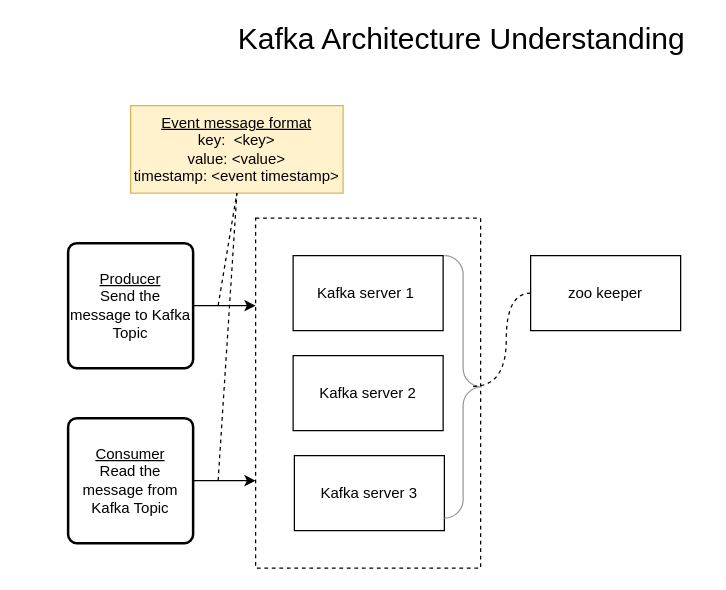
AMVijay/kafka-learning keeps this draw.io diagram as kafka-architecture.drawio. Above is the earlier version. Source tidied: cells renumbered, new cells numbered last; positions are measured from the earlier drawing's top-left corner, leaving out a move shared by most shapes. Both pictures are drawn from the tidied source at 125%, with x=0, y=0 at pixel (68, 26).
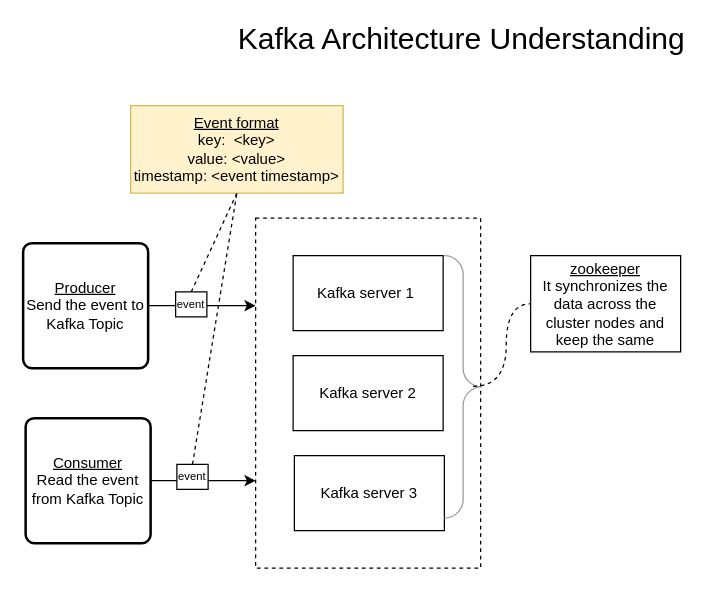
The same page after the edit.

The edit, as a diff of the source:
```diff
@@
 <mxGraphModel>
   <root>
     <mxCell id="0" />
     <mxCell id="1" parent="0" />
     <mxCell id="2" style="rounded=0;whiteSpace=wrap;html=1;fillColor=none;dashed=1;" parent="1" vertex="1">
       <mxGeometry x="150" y="153" width="180" height="280" as="geometry" />
     </mxCell>
     <mxCell id="3" value="Kafka server 1&amp;nbsp;" style="rounded=0;whiteSpace=wrap;html=1;" parent="1" vertex="1">
       <mxGeometry x="180" y="183" width="120" height="60" as="geometry" />
     </mxCell>
     <mxCell id="4" value="Kafka server 2" style="rounded=0;whiteSpace=wrap;html=1;" parent="1" vertex="1">
       <mxGeometry x="180" y="263" width="120" height="60" as="geometry" />
     </mxCell>
     <mxCell id="5" value="Kafka server 3" style="rounded=0;whiteSpace=wrap;html=1;" parent="1" vertex="1">
       <mxGeometry x="181" y="343" width="120" height="60" as="geometry" />
     </mxCell>
     <mxCell id="6" style="edgeStyle=orthogonalEdgeStyle;rounded=0;jettySize=auto;html=1;exitX=1;exitY=0.5;exitDx=0;exitDy=0;entryX=0;entryY=0.25;entryDx=0;entryDy=0;" parent="1" edge="1" source="7" target="2">
       <mxGeometry relative="1" as="geometry" />
     </mxCell>
-    <mxCell id="7" value="&lt;u&gt;Producer&lt;/u&gt;&lt;br&gt;Send the message to Kafka Topic" style="rounded=1;whiteSpace=wrap;html=1;absoluteArcSize=1;arcSize=14;strokeWidth=2;" parent="1" vertex="1">
-      <mxGeometry y="173" width="100" height="100" as="geometry" />
+    <mxCell id="7" value="&lt;u&gt;Producer&lt;/u&gt;&lt;br&gt;Send the event to Kafka Topic" style="rounded=1;whiteSpace=wrap;html=1;absoluteArcSize=1;arcSize=14;strokeWidth=2;" parent="1" vertex="1">
+      <mxGeometry x="-36" y="173" width="100" height="100" as="geometry" />
     </mxCell>
     <mxCell id="8" style="edgeStyle=orthogonalEdgeStyle;rounded=0;jettySize=auto;html=1;exitX=1;exitY=0.5;exitDx=0;exitDy=0;entryX=0;entryY=0.75;entryDx=0;entryDy=0;" parent="1" edge="1" source="9" target="2">
       <mxGeometry relative="1" as="geometry" />
     </mxCell>
-    <mxCell id="9" value="&lt;u&gt;Consumer&lt;/u&gt;&lt;br&gt;Read the message from Kafka Topic" style="rounded=1;whiteSpace=wrap;html=1;absoluteArcSize=1;arcSize=14;strokeWidth=2;" parent="1" vertex="1">
-      <mxGeometry y="313" width="100" height="100" as="geometry" />
+    <mxCell id="9" value="&lt;u&gt;Consumer&lt;/u&gt;&lt;br&gt;Read the event from Kafka Topic" style="rounded=1;whiteSpace=wrap;html=1;absoluteArcSize=1;arcSize=14;strokeWidth=2;" parent="1" vertex="1">
+      <mxGeometry x="-34" y="313" width="100" height="100" as="geometry" />
     </mxCell>
     <mxCell id="10" style="labelPosition=right;align=left;strokeWidth=1;shape=mxgraph.mockup.markup.curlyBrace;html=1;shadow=0;dashed=0;strokeColor=#999999;direction=north;rotation=-180;" parent="1" vertex="1">
       <mxGeometry x="301" y="183" width="30" height="210" as="geometry" />
     </mxCell>
-    <mxCell id="11" value="zoo keeper" style="rounded=0;whiteSpace=wrap;html=1;" parent="1" vertex="1">
-      <mxGeometry x="370" y="183" width="120" height="60" as="geometry" />
+    <mxCell id="11" value="&lt;u&gt;zookeeper&lt;/u&gt;&lt;br&gt;It synchronizes the data across the cluster nodes and keep the same" style="rounded=0;whiteSpace=wrap;html=1;" parent="1" vertex="1">
+      <mxGeometry x="370" y="183" width="120" height="77" as="geometry" />
     </mxCell>
     <mxCell id="12" style="endArrow=none;dashed=1;html=1;rounded=0;entryX=0;entryY=0.5;entryDx=0;entryDy=0;exitX=0.498;exitY=0.233;exitDx=0;exitDy=0;exitPerimeter=0;edgeStyle=orthogonalEdgeStyle;curved=1;" parent="1" edge="1" source="10" target="11">
       <mxGeometry relative="1" as="geometry" />
     </mxCell>
-    <mxCell id="13" value="&lt;u&gt;Event message format&lt;/u&gt;&lt;br&gt;key:&amp;nbsp; &amp;lt;key&amp;gt;&lt;br&gt;value: &amp;lt;value&amp;gt;&lt;br&gt;timestamp: &amp;lt;event timestamp&amp;gt;" style="rounded=0;whiteSpace=wrap;html=1;fillColor=#fff2cc;strokeColor=#d6b656;" parent="1" vertex="1">
+    <mxCell id="13" value="&lt;u&gt;Event format&lt;/u&gt;&lt;br&gt;key:&amp;nbsp; &amp;lt;key&amp;gt;&lt;br&gt;value: &amp;lt;value&amp;gt;&lt;br&gt;timestamp: &amp;lt;event timestamp&amp;gt;" style="rounded=0;whiteSpace=wrap;html=1;fillColor=#fff2cc;strokeColor=#d6b656;" parent="1" vertex="1">
       <mxGeometry x="50" y="63" width="170" height="70" as="geometry" />
     </mxCell>
-    <mxCell id="14" style="endArrow=none;html=1;rounded=0;dashed=1;" parent="1" edge="1">
+    <mxCell id="14" style="endArrow=none;html=1;rounded=0;dashed=1;exitX=0.5;exitY=0;exitDx=0;exitDy=0;" parent="1" edge="1" source="17">
       <mxGeometry relative="1" as="geometry">
-        <mxPoint x="120" y="223" as="sourcePoint" />
         <mxPoint x="135" y="133" as="targetPoint" />
       </mxGeometry>
     </mxCell>
-    <mxCell id="15" style="endArrow=none;html=1;rounded=0;entryX=0.5;entryY=1;entryDx=0;entryDy=0;dashed=1;" parent="1" edge="1" target="13">
-      <mxGeometry relative="1" as="geometry">
-        <mxPoint x="120" y="363" as="sourcePoint" />
-      </mxGeometry>
+    <mxCell id="15" style="endArrow=none;html=1;rounded=0;entryX=0.5;entryY=1;entryDx=0;entryDy=0;dashed=1;exitX=0.5;exitY=0;exitDx=0;exitDy=0;" parent="1" edge="1" source="18" target="13">
+      <mxGeometry relative="1" as="geometry" />
     </mxCell>
     <mxCell id="16" value="Kafka Architecture Understanding" style="text;html=1;strokeColor=none;fillColor=none;align=center;verticalAlign=middle;whiteSpace=wrap;rounded=0;fontSize=24;" parent="1" vertex="1">
       <mxGeometry x="120" width="390" height="20" as="geometry" />
     </mxCell>
+    <mxCell id="17" value="event" style="rounded=0;whiteSpace=wrap;html=1;fontSize=9;" parent="1" vertex="1">
+      <mxGeometry x="86" y="212" width="25" height="20" as="geometry" />
+    </mxCell>
+    <mxCell id="18" value="event" style="rounded=0;whiteSpace=wrap;html=1;fontSize=9;" parent="1" vertex="1">
+      <mxGeometry x="87" y="350" width="25" height="20" as="geometry" />
+    </mxCell>
   </root>
 </mxGraphModel>
```
